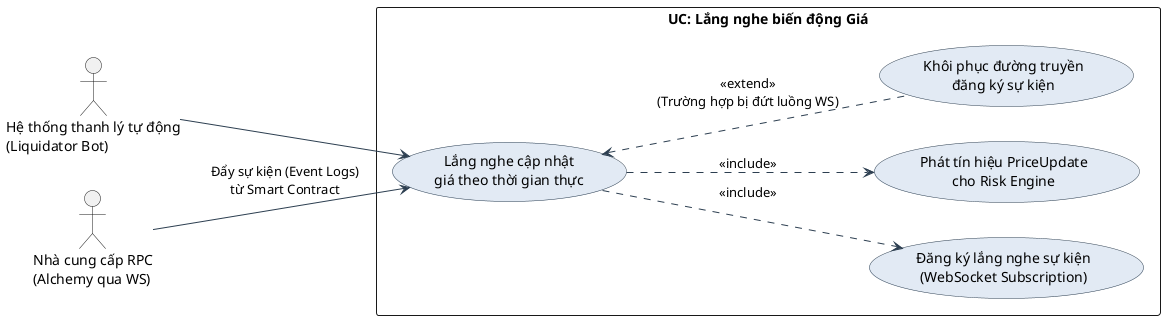
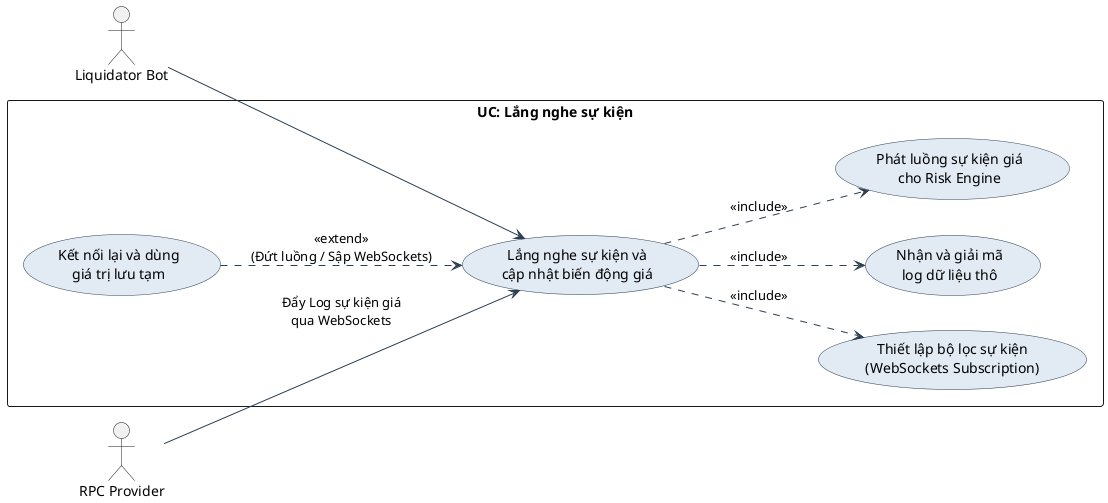
@startuml
skinparam packageStyle rectangle
skinparam backgroundColor #FFFFFF
skinparam usecase {
    BackgroundColor #E2EAF4
    BorderColor #2C3E50
    ArrowColor #2C3E50
    FontName Arial
}

left to right direction

- actor "Hệ thống thanh lý tự động\n(Liquidator Bot)" as Bot
- actor "Nhà cung cấp RPC\n(Alchemy qua WS)" as RPC
+ actor "Liquidator Bot" as Bot
+ actor "RPC Provider" as RPC

- rectangle "UC: Lắng nghe biến động Giá" {
+ rectangle "UC: Lắng nghe sự kiện" {

-     usecase "Lắng nghe cập nhật\ngiá theo thời gian thực" as UC04
+     usecase "Lắng nghe sự kiện và\ncập nhật biến động giá" as UC04

-     usecase "Đăng ký lắng nghe sự kiện\n(WebSocket Subscription)" as Sub1
-     usecase "Phát tín hiệu PriceUpdate\ncho Risk Engine" as Sub2
+     usecase "Thiết lập bộ lọc sự kiện\n(WebSockets Subscription)" as Sub1
+     usecase "Nhận và giải mã\nlog dữ liệu thô" as Sub2
+     usecase "Phát luồng sự kiện giá\ncho Risk Engine" as Sub3

-     usecase "Khôi phục đường truyền\nđăng ký sự kiện" as Ext1
+     usecase "Kết nối lại và dùng\ngiá trị lưu tạm" as Ext1
}

Bot --> UC04
+ RPC --> UC04 : "Đẩy Log sự kiện giá\nqua WebSockets"

- ' Sự kiện WebSockets được đẩy thẳng từ Node
- RPC --> UC04 : "Đẩy sự kiện (Event Logs)\ntừ Smart Contract"
- 
- ' Các nghiệp vụ lõi để flow thời gian thực hoạt động
+ ' Các luồng sự kiện chính
UC04 ..> Sub1 : <<include>>
UC04 ..> Sub2 : <<include>>
+ UC04 ..> Sub3 : <<include>>

- ' Xử lý luồng ngoại lệ mạng
- Ext1 .up.> UC04 : <<extend>>\n(Trường hợp bị đứt luồng WS)
+ ' Các luồng ngoại lệ / thay thế
+ Ext1 .down.> UC04 : <<extend>>\n(Đứt luồng / Sập WebSockets)

@enduml
